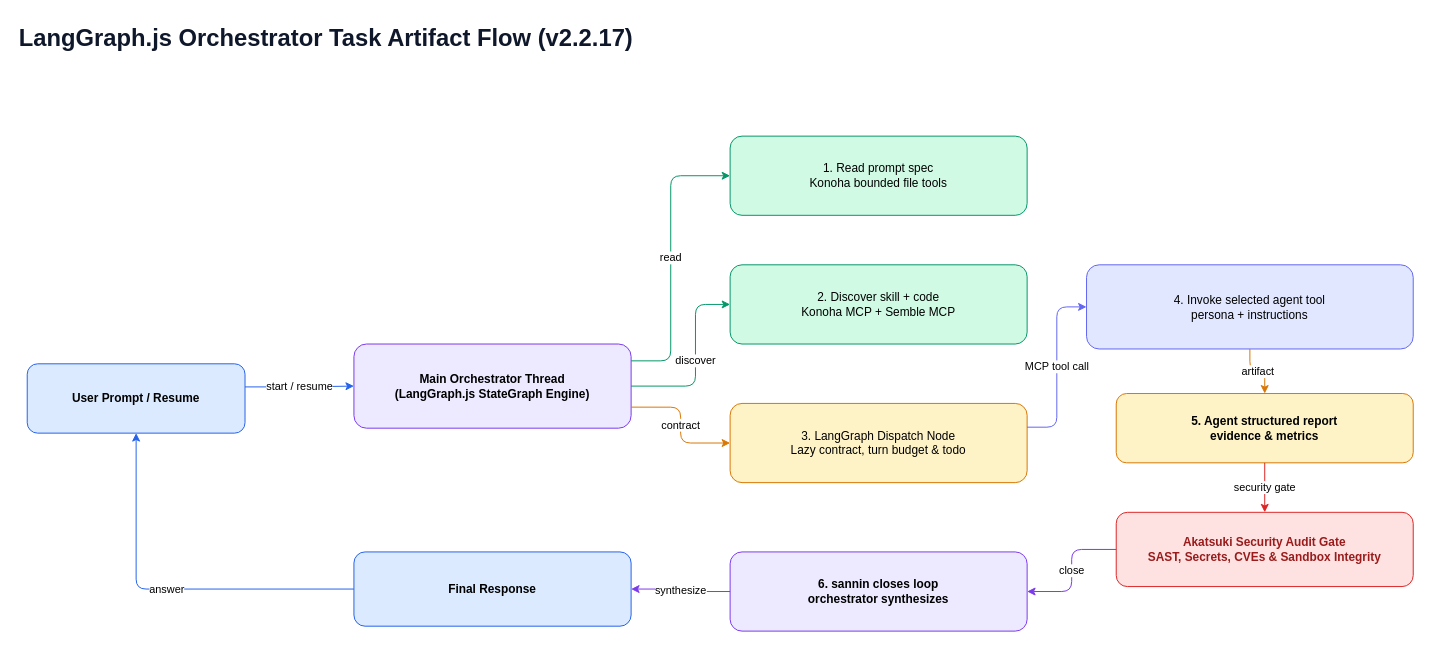
Above: page "08 Orchestrator Task Artifact Flow" (8 of 16) of docs/diagrams/konoha-architecture.drawio in andycungkrinx91/konoha (draw.io), before the change. Source tidied: cells renumbered, new cells numbered last; positions are measured from the earlier drawing's top-left corner, leaving out a move shared by most shapes. Both pictures are drawn from the tidied source at 99%, with x=0, y=0 at pixel (17, 17).
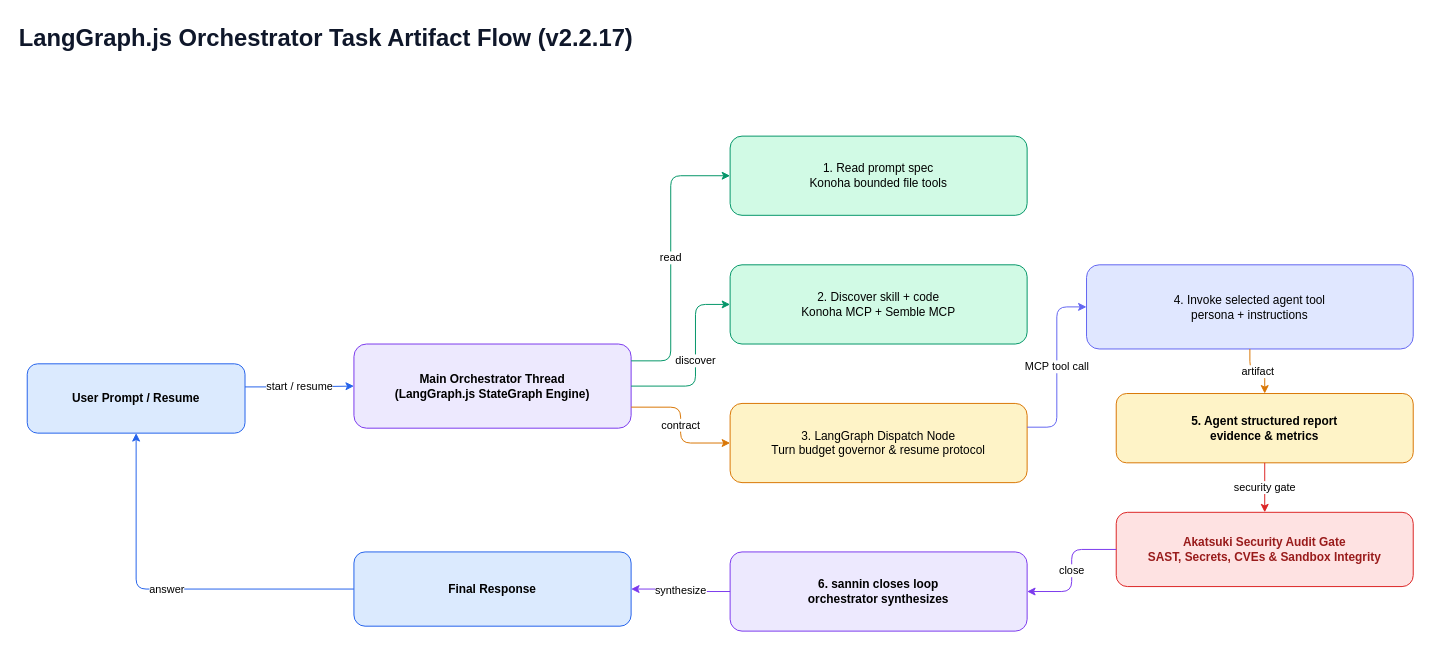
The same page after the edit.

The edit, as a diff of the source:
```diff
@@
-    <mxCell id="7" value="3. LangGraph Dispatch Node&#10;Lazy contract, turn budget &amp; todo" style="rounded=1;html=1;whiteSpace=wrap;fillColor=#fef3c7;strokeColor=#d97706;overflow=visible;" parent="1" vertex="1">
+    <mxCell id="7" value="3. LangGraph Dispatch Node&#10;Turn budget governor &amp; resume protocol" style="rounded=1;html=1;whiteSpace=wrap;fillColor=#fef3c7;strokeColor=#d97706;overflow=visible;" parent="1" vertex="1">
       <mxGeometry x="720" y="390" width="300" height="80" as="geometry" />
     </mxCell>
```
